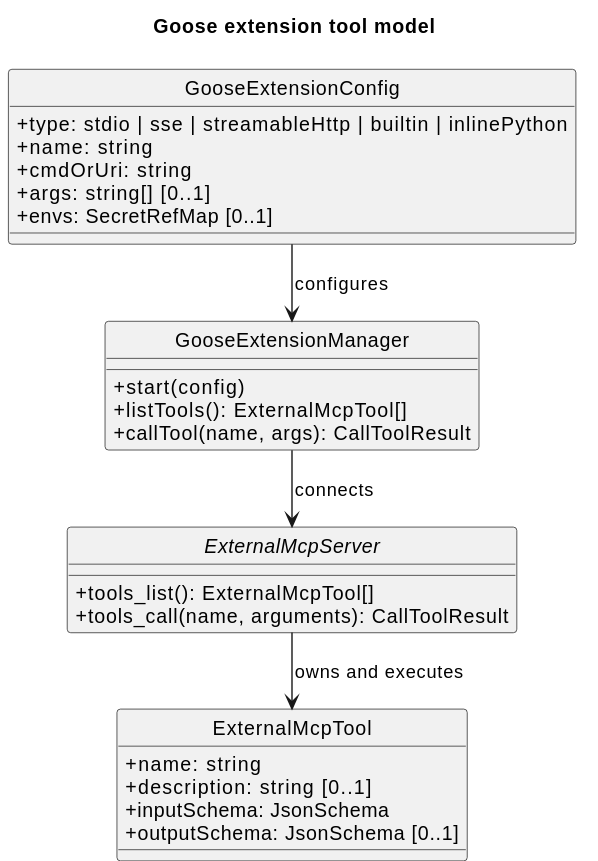
Earlier version of the PlantUML export config-to-tool-agent-research/goose_extension_tool_model.svg (superheromeZzh/pi-mono-java-design). Its diagram source:
```plantuml
@startuml
!pragma layout smetana
title Goose extension tool model
top to bottom direction
skinparam classAttributeIconSize 0
skinparam shadowing false
skinparam backgroundColor white
skinparam nodesep 25
skinparam ranksep 35
hide circle

class GooseExtensionConfig {
  +type: stdio | sse | streamableHttp | builtin | inlinePython
  +name: string
  +cmdOrUri: string
  +args: string[] [0..1]
  +envs: SecretRefMap [0..1]
}
class GooseExtensionManager {
  +start(config)
  +listTools(): ExternalMcpTool[]
  +callTool(name, args): CallToolResult
}
interface ExternalMcpServer {
  +tools_list(): ExternalMcpTool[]
  +tools_call(name, arguments): CallToolResult
}
class ExternalMcpTool {
  +name: string
  +description: string [0..1]
  +inputSchema: JsonSchema
  +outputSchema: JsonSchema [0..1]
}
GooseExtensionConfig -down-> GooseExtensionManager : configures
GooseExtensionManager -down-> ExternalMcpServer : connects
ExternalMcpServer -down-> ExternalMcpTool : owns and executes
@enduml
```
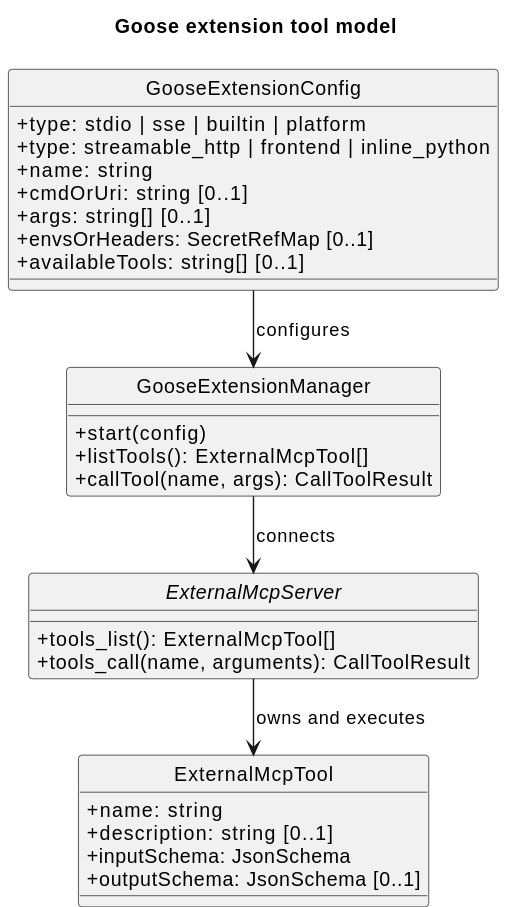
Later version of the same file.

The edit, as a diff of the source:
```diff
@@ -10,11 +10,13 @@
 hide circle
 
 class GooseExtensionConfig {
-  +type: stdio | sse | streamableHttp | builtin | inlinePython
+  +type: stdio | sse | builtin | platform
+  +type: streamable_http | frontend | inline_python
   +name: string
-  +cmdOrUri: string
+  +cmdOrUri: string [0..1]
   +args: string[] [0..1]
-  +envs: SecretRefMap [0..1]
+  +envsOrHeaders: SecretRefMap [0..1]
+  +availableTools: string[] [0..1]
 }
 class GooseExtensionManager {
   +start(config)
```
